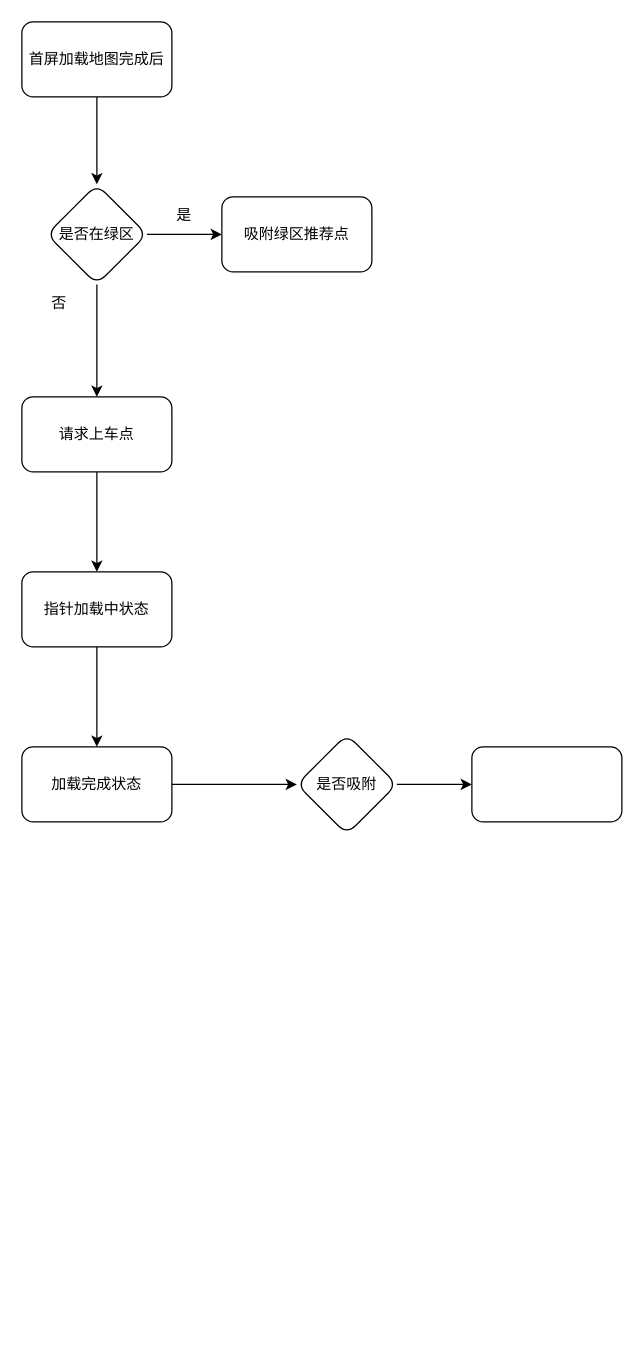
Alan1034/heycars_h5 keeps this draw.io diagram as 首页定位逻辑.drawio. Above is the earlier version. Source tidied: cells renumbered, new cells numbered last; positions are measured from the earlier drawing's top-left corner, leaving out a move shared by most shapes. Both pictures are drawn from the tidied source at 125%, with x=0, y=0 at pixel (21, 21).
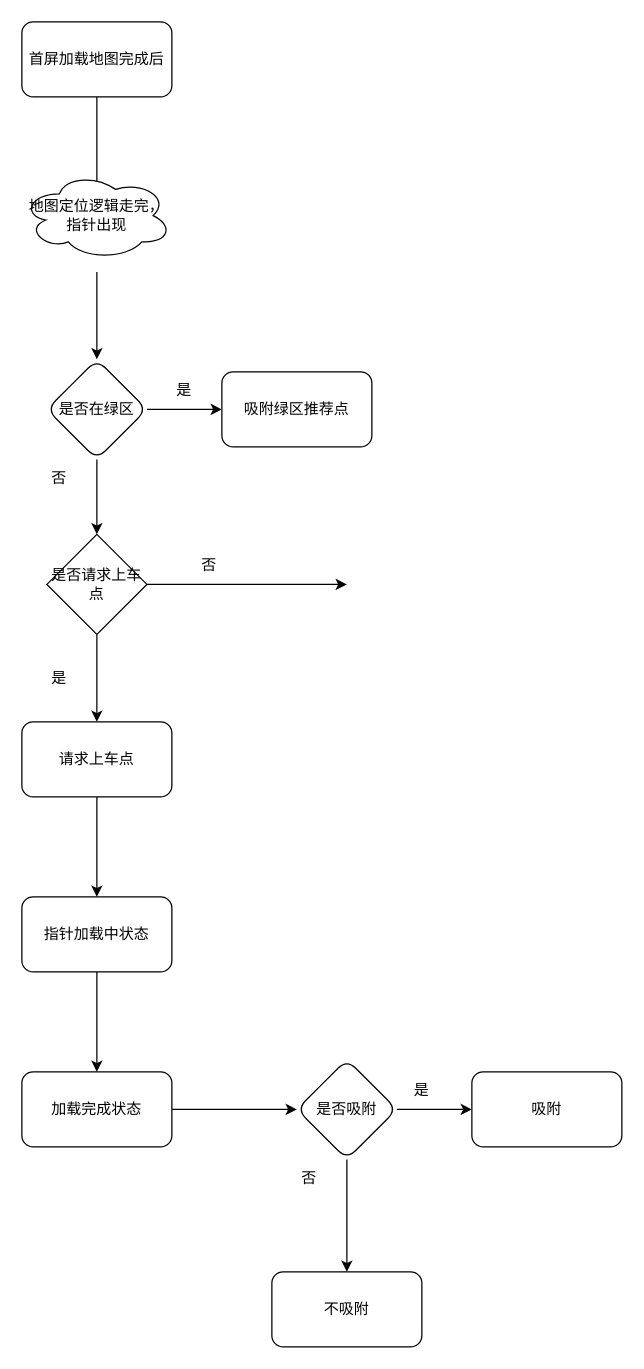
After the change.

Commit message:
Update 首页定位逻辑.drawio

The change refers to these unchanged cells:
```xml
<mxCell id="3" value="首屏加载地图完成后" style="rounded=1;whiteSpace=wrap;html=1;" parent="1" vertex="1">
  <mxGeometry width="120" height="60" as="geometry" />
</mxCell>
```

What changed in the source:
```diff
@@
-    <mxCell id="2" style="edgeStyle=orthogonalEdgeStyle;rounded=0;jettySize=auto;html=1;" parent="1" edge="1" source="3" target="6">
-      <mxGeometry relative="1" as="geometry" />
-    </mxCell>
+    <mxCell id="19" style="edgeStyle=orthogonalEdgeStyle;rounded=0;jettySize=auto;html=1;" parent="1" edge="1" source="3">
+      <mxGeometry relative="1" as="geometry">
+        <mxPoint x="60" y="140" as="targetPoint" />
+      </mxGeometry>
+    </mxCell>
@@
-    <mxCell id="5" style="edgeStyle=orthogonalEdgeStyle;rounded=0;jettySize=auto;html=1;" parent="1" edge="1" source="6" target="9">
-      <mxGeometry relative="1" as="geometry" />
+    <mxCell id="5" style="edgeStyle=orthogonalEdgeStyle;rounded=0;jettySize=auto;html=1;" parent="1" edge="1" source="6">
+      <mxGeometry relative="1" as="geometry">
+        <mxPoint x="60" y="410" as="targetPoint" />
+      </mxGeometry>
     </mxCell>
     <mxCell id="6" value="是否在绿区" style="rhombus;whiteSpace=wrap;html=1;rounded=1;" parent="1" vertex="1">
-      <mxGeometry x="20" y="130" width="80" height="80" as="geometry" />
+      <mxGeometry x="20" y="270" width="80" height="80" as="geometry" />
     </mxCell>
     <mxCell id="7" value="吸附绿区推荐点" style="whiteSpace=wrap;html=1;rounded=1;" parent="1" vertex="1">
-      <mxGeometry x="160" y="140" width="120" height="60" as="geometry" />
+      <mxGeometry x="160" y="280" width="120" height="60" as="geometry" />
     </mxCell>
@@
     <mxCell id="9" value="请求上车点" style="whiteSpace=wrap;html=1;rounded=1;" parent="1" vertex="1">
-      <mxGeometry y="300" width="120" height="60" as="geometry" />
+      <mxGeometry y="560" width="120" height="60" as="geometry" />
     </mxCell>
     <mxCell id="10" value="是" style="text;html=1;strokeColor=none;fillColor=none;align=center;verticalAlign=middle;whiteSpace=wrap;rounded=0;" parent="1" vertex="1">
-      <mxGeometry x="100" y="140" width="60" height="30" as="geometry" />
+      <mxGeometry x="100" y="280" width="60" height="30" as="geometry" />
     </mxCell>
     <mxCell id="11" value="否" style="text;html=1;strokeColor=none;fillColor=none;align=center;verticalAlign=middle;whiteSpace=wrap;rounded=0;" parent="1" vertex="1">
-      <mxGeometry y="210" width="60" height="30" as="geometry" />
+      <mxGeometry y="350" width="60" height="30" as="geometry" />
     </mxCell>
@@
     <mxCell id="13" value="指针加载中状态" style="whiteSpace=wrap;html=1;rounded=1;" parent="1" vertex="1">
-      <mxGeometry y="440" width="120" height="60" as="geometry" />
+      <mxGeometry y="700" width="120" height="60" as="geometry" />
     </mxCell>
@@
     <mxCell id="15" value="加载完成状态" style="whiteSpace=wrap;html=1;rounded=1;" parent="1" vertex="1">
-      <mxGeometry y="580" width="120" height="60" as="geometry" />
+      <mxGeometry y="840" width="120" height="60" as="geometry" />
     </mxCell>
@@
+    <mxCell id="20" style="edgeStyle=orthogonalEdgeStyle;rounded=0;jettySize=auto;html=1;" parent="1" edge="1" source="17" target="23">
+      <mxGeometry relative="1" as="geometry" />
+    </mxCell>
     <mxCell id="17" value="是否吸附" style="rhombus;whiteSpace=wrap;html=1;rounded=1;" parent="1" vertex="1">
-      <mxGeometry x="220" y="570" width="80" height="80" as="geometry" />
+      <mxGeometry x="220" y="830" width="80" height="80" as="geometry" />
     </mxCell>
-    <mxCell id="18" style="whiteSpace=wrap;html=1;rounded=1;" parent="1" vertex="1">
-      <mxGeometry x="360" y="580" width="120" height="60" as="geometry" />
+    <mxCell id="18" value="吸附" style="whiteSpace=wrap;html=1;rounded=1;" parent="1" vertex="1">
+      <mxGeometry x="360" y="840" width="120" height="60" as="geometry" />
     </mxCell>
+    <mxCell id="21" style="edgeStyle=orthogonalEdgeStyle;rounded=0;orthogonalLoop=1;jettySize=auto;html=1;" parent="1" edge="1">
+      <mxGeometry relative="1" as="geometry">
+        <mxPoint x="60" y="200" as="sourcePoint" />
+        <mxPoint x="60" y="270" as="targetPoint" />
+      </mxGeometry>
+    </mxCell>
+    <mxCell id="22" value="地图定位逻辑走完，指针出现" style="ellipse;shape=cloud;whiteSpace=wrap;html=1;" parent="1" vertex="1">
+      <mxGeometry y="120" width="120" height="70" as="geometry" />
+    </mxCell>
+    <mxCell id="23" value="不吸附" style="whiteSpace=wrap;html=1;rounded=1;" parent="1" vertex="1">
+      <mxGeometry x="200" y="1000" width="120" height="60" as="geometry" />
+    </mxCell>
+    <mxCell id="24" value="是" style="text;html=1;strokeColor=none;fillColor=none;align=center;verticalAlign=middle;whiteSpace=wrap;rounded=0;" parent="1" vertex="1">
+      <mxGeometry x="290" y="840" width="60" height="30" as="geometry" />
+    </mxCell>
+    <mxCell id="25" value="否" style="text;html=1;strokeColor=none;fillColor=none;align=center;verticalAlign=middle;whiteSpace=wrap;rounded=0;" parent="1" vertex="1">
+      <mxGeometry x="200" y="910" width="60" height="30" as="geometry" />
+    </mxCell>
+    <mxCell id="26" style="edgeStyle=orthogonalEdgeStyle;rounded=0;jettySize=auto;html=1;" parent="1" edge="1" source="28" target="9">
+      <mxGeometry relative="1" as="geometry" />
+    </mxCell>
+    <mxCell id="27" style="edgeStyle=orthogonalEdgeStyle;rounded=0;jettySize=auto;html=1;" parent="1" edge="1" source="28">
+      <mxGeometry relative="1" as="geometry">
+        <mxPoint x="260" y="450" as="targetPoint" />
+      </mxGeometry>
+    </mxCell>
+    <mxCell id="28" value="是否请求上车点" style="rhombus;whiteSpace=wrap;html=1;" parent="1" vertex="1">
+      <mxGeometry x="20" y="410" width="80" height="80" as="geometry" />
+    </mxCell>
+    <mxCell id="29" value="是" style="text;html=1;strokeColor=none;fillColor=none;align=center;verticalAlign=middle;whiteSpace=wrap;rounded=0;" parent="1" vertex="1">
+      <mxGeometry y="510" width="60" height="30" as="geometry" />
+    </mxCell>
+    <mxCell id="30" value="否" style="text;html=1;strokeColor=none;fillColor=none;align=center;verticalAlign=middle;whiteSpace=wrap;rounded=0;" parent="1" vertex="1">
+      <mxGeometry x="120" y="420" width="60" height="30" as="geometry" />
+    </mxCell>
```
